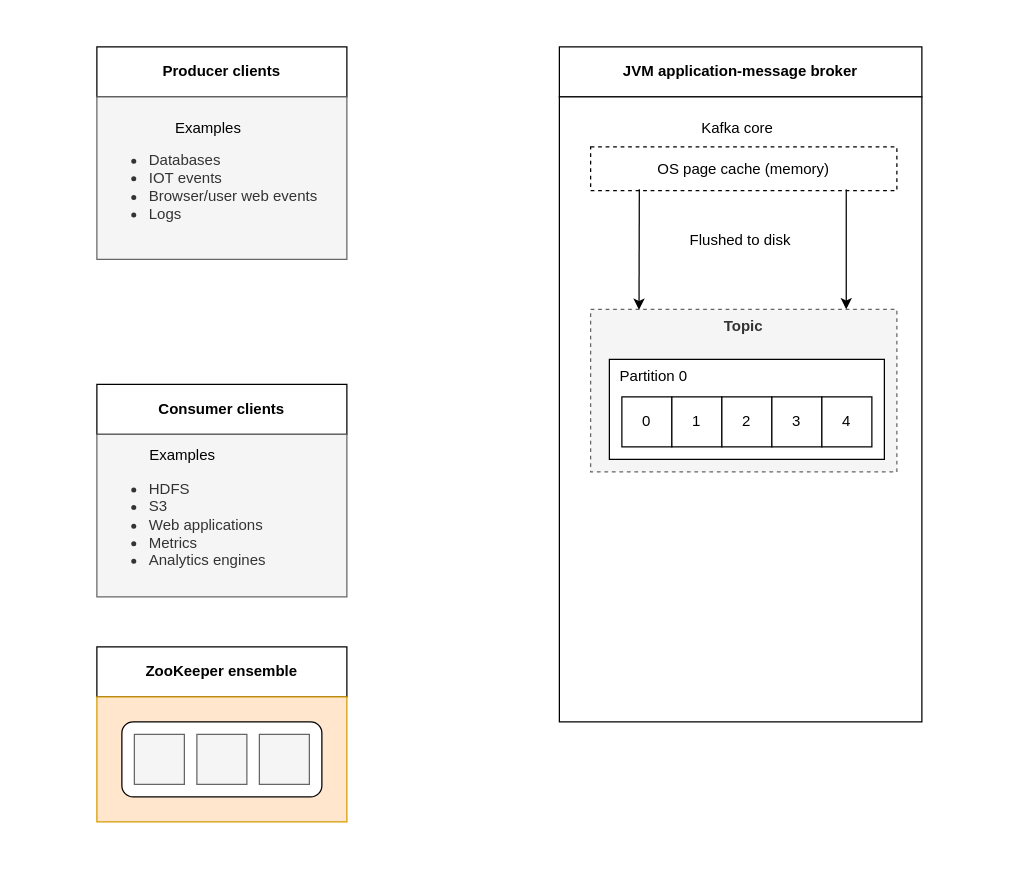
The draw.io diagram books/apache-kafka/apache-kafka.drawio in chavp/data-modeling, before the edit. Source tidied: cells renumbered, new cells numbered last; positions are measured from the earlier drawing's top-left corner, leaving out a move shared by most shapes. Both pictures are drawn from the tidied source at 125%, with x=0, y=0 at pixel (96, 46).
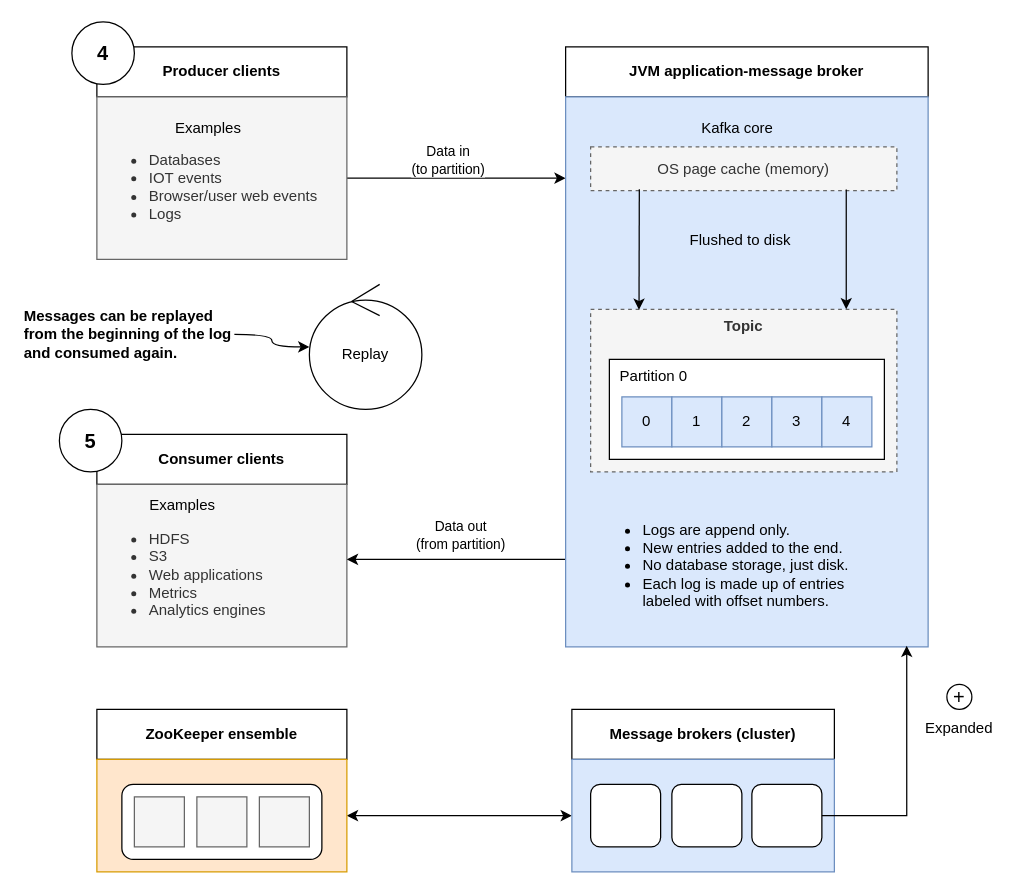
The same diagram, later.

Unchanged cells that the change refers to:
```xml
<mxCell id="3" value="&lt;div style=&quot;text-align: center;&quot;&gt;&lt;span style=&quot;background-color: transparent; color: light-dark(rgb(0, 0, 0), rgb(255, 255, 255));&quot;&gt;Examples&lt;/span&gt;&lt;/div&gt;&lt;div&gt;&lt;ul&gt;&lt;li&gt;Databases&lt;/li&gt;&lt;li&gt;IOT events&lt;/li&gt;&lt;li&gt;Browser/user web events&lt;/li&gt;&lt;li&gt;Logs&lt;/li&gt;&lt;/ul&gt;&lt;/div&gt;" style="rounded=0;whiteSpace=wrap;html=1;align=left;fillColor=#f5f5f5;fontColor=#333333;strokeColor=#666666;" parent="1" vertex="1">
  <mxGeometry y="40" width="200" height="130" as="geometry" />
</mxCell>
```

Change to the diagram source:
```diff
@@
+    <mxCell id="27" style="edgeStyle=orthogonalEdgeStyle;rounded=0;jettySize=auto;html=1;" parent="1" edge="1" source="3" target="14">
+      <mxGeometry relative="1" as="geometry">
+        <Array as="points">
+          <mxPoint x="310" y="105" />
+          <mxPoint x="310" y="105" />
+        </Array>
+      </mxGeometry>
+    </mxCell>
+    <mxCell id="28" value="Data in&lt;div&gt;(to partition)&lt;/div&gt;" style="edgeLabel;html=1;align=center;verticalAlign=middle;" parent="27" vertex="1">
+      <mxGeometry x="-0.17" y="-2" relative="1" as="geometry">
+        <mxPoint x="7" y="-17" as="offset" />
+      </mxGeometry>
+    </mxCell>
@@
     <mxCell id="4" value="Consumer clients" style="rounded=0;whiteSpace=wrap;html=1;fontStyle=1;" parent="1" vertex="1">
-      <mxGeometry y="270" width="200" height="40" as="geometry" />
+      <mxGeometry y="310" width="200" height="40" as="geometry" />
     </mxCell>
     <mxCell id="5" value="&lt;div style=&quot;text-align: center;&quot;&gt;&lt;span style=&quot;background-color: transparent; color: light-dark(rgb(0, 0, 0), rgb(255, 255, 255));&quot;&gt;Examples&lt;/span&gt;&lt;/div&gt;&lt;div&gt;&lt;ul&gt;&lt;li&gt;HDFS&lt;/li&gt;&lt;li&gt;S3&lt;/li&gt;&lt;li&gt;Web applications&lt;/li&gt;&lt;li&gt;Metrics&lt;/li&gt;&lt;li&gt;Analytics engines&lt;/li&gt;&lt;/ul&gt;&lt;/div&gt;" style="rounded=0;whiteSpace=wrap;html=1;align=left;fillColor=#f5f5f5;fontColor=#333333;strokeColor=#666666;" parent="1" vertex="1">
-      <mxGeometry y="310" width="200" height="130" as="geometry" />
+      <mxGeometry y="350" width="200" height="130" as="geometry" />
     </mxCell>
     <mxCell id="6" value="ZooKeeper ensemble" style="rounded=0;whiteSpace=wrap;html=1;fontStyle=1;" parent="1" vertex="1">
-      <mxGeometry y="480" width="200" height="40" as="geometry" />
+      <mxGeometry y="530" width="200" height="40" as="geometry" />
     </mxCell>
+    <mxCell id="29" style="edgeStyle=orthogonalEdgeStyle;rounded=0;jettySize=auto;html=1;startArrow=classic;startFill=1;" parent="1" edge="1" source="7" target="33">
+      <mxGeometry relative="1" as="geometry" />
+    </mxCell>
     <mxCell id="7" style="rounded=0;whiteSpace=wrap;html=1;fillColor=#ffe6cc;strokeColor=#d79b00;" parent="1" vertex="1">
-      <mxGeometry y="520" width="200" height="100" as="geometry" />
+      <mxGeometry y="570" width="200" height="90" as="geometry" />
     </mxCell>
     <mxCell id="8" style="group;" parent="1" vertex="1">
-      <mxGeometry x="20" y="540" width="160" height="60" as="geometry" />
+      <mxGeometry x="20" y="590" width="160" height="60" as="geometry" />
     </mxCell>
@@
     <mxCell id="13" value="&lt;b&gt;JVM application-message broker&lt;/b&gt;" style="rounded=0;whiteSpace=wrap;html=1;" parent="1" vertex="1">
-      <mxGeometry x="370" width="290" height="40" as="geometry" />
+      <mxGeometry x="375" width="290" height="40" as="geometry" />
     </mxCell>
+    <mxCell id="30" style="edgeStyle=orthogonalEdgeStyle;rounded=0;jettySize=auto;html=1;" parent="1" edge="1" source="14" target="5">
+      <mxGeometry relative="1" as="geometry">
+        <Array as="points">
+          <mxPoint x="280" y="410" />
+          <mxPoint x="280" y="410" />
+        </Array>
+      </mxGeometry>
+    </mxCell>
-    <mxCell id="14" style="rounded=0;whiteSpace=wrap;html=1;" parent="1" vertex="1">
-      <mxGeometry x="370" y="40" width="290" height="500" as="geometry" />
+    <mxCell id="14" style="rounded=0;whiteSpace=wrap;html=1;fillColor=#dae8fc;strokeColor=#6c8ebf;" parent="1" vertex="1">
+      <mxGeometry x="375" y="40" width="290" height="440" as="geometry" />
     </mxCell>
-    <mxCell id="15" value="OS page cache (memory)" style="rounded=0;whiteSpace=wrap;html=1;dashed=1;" parent="1" vertex="1">
+    <mxCell id="15" value="OS page cache (memory)" style="rounded=0;whiteSpace=wrap;html=1;dashed=1;fillColor=#f5f5f5;fontColor=#333333;strokeColor=#666666;" parent="1" vertex="1">
       <mxGeometry x="395" y="80" width="245" height="35" as="geometry" />
     </mxCell>
@@
-    <mxCell id="19" value="0" style="whiteSpace=wrap;html=1;" parent="1" vertex="1">
+    <mxCell id="19" value="0" style="whiteSpace=wrap;html=1;fillColor=#dae8fc;strokeColor=#6c8ebf;" parent="1" vertex="1">
       <mxGeometry x="420" y="280" width="40" height="40" as="geometry" />
     </mxCell>
-    <mxCell id="20" value="1" style="whiteSpace=wrap;html=1;" parent="1" vertex="1">
+    <mxCell id="20" value="1" style="whiteSpace=wrap;html=1;fillColor=#dae8fc;strokeColor=#6c8ebf;" parent="1" vertex="1">
       <mxGeometry x="460" y="280" width="40" height="40" as="geometry" />
     </mxCell>
-    <mxCell id="21" value="2" style="whiteSpace=wrap;html=1;" parent="1" vertex="1">
+    <mxCell id="21" value="2" style="whiteSpace=wrap;html=1;fillColor=#dae8fc;strokeColor=#6c8ebf;" parent="1" vertex="1">
       <mxGeometry x="500" y="280" width="40" height="40" as="geometry" />
     </mxCell>
-    <mxCell id="22" value="3" style="whiteSpace=wrap;html=1;" parent="1" vertex="1">
+    <mxCell id="22" value="3" style="whiteSpace=wrap;html=1;fillColor=#dae8fc;strokeColor=#6c8ebf;" parent="1" vertex="1">
       <mxGeometry x="540" y="280" width="40" height="40" as="geometry" />
     </mxCell>
-    <mxCell id="23" value="4" style="whiteSpace=wrap;html=1;" parent="1" vertex="1">
+    <mxCell id="23" value="4" style="whiteSpace=wrap;html=1;fillColor=#dae8fc;strokeColor=#6c8ebf;" parent="1" vertex="1">
       <mxGeometry x="580" y="280" width="40" height="40" as="geometry" />
     </mxCell>
@@
+    <mxCell id="31" value="&lt;ul&gt;&lt;li&gt;Logs are append only.&lt;/li&gt;&lt;li&gt;New entries added to the end.&lt;/li&gt;&lt;li&gt;No database storage, just disk.&lt;/li&gt;&lt;li&gt;Each log is made up of entries labeled with offset numbers.&lt;/li&gt;&lt;/ul&gt;" style="rounded=0;whiteSpace=wrap;html=1;align=left;fillColor=none;strokeColor=none;" parent="1" vertex="1">
+      <mxGeometry x="395" y="350" width="240" height="130" as="geometry" />
+    </mxCell>
+    <mxCell id="32" value="Message brokers (cluster)" style="rounded=0;whiteSpace=wrap;html=1;fontStyle=1;" parent="1" vertex="1">
+      <mxGeometry x="380" y="530" width="210" height="40" as="geometry" />
+    </mxCell>
+    <mxCell id="33" style="rounded=0;whiteSpace=wrap;html=1;fillColor=#dae8fc;strokeColor=#6c8ebf;" parent="1" vertex="1">
+      <mxGeometry x="380" y="570" width="210" height="90" as="geometry" />
+    </mxCell>
+    <mxCell id="34" style="rounded=1;whiteSpace=wrap;html=1;" parent="1" vertex="1">
+      <mxGeometry x="395" y="590" width="56" height="50" as="geometry" />
+    </mxCell>
+    <mxCell id="35" style="rounded=1;whiteSpace=wrap;html=1;" parent="1" vertex="1">
+      <mxGeometry x="460" y="590" width="56" height="50" as="geometry" />
+    </mxCell>
+    <mxCell id="36" style="rounded=1;whiteSpace=wrap;html=1;" parent="1" vertex="1">
+      <mxGeometry x="524" y="590" width="56" height="50" as="geometry" />
+    </mxCell>
+    <mxCell id="37" style="edgeStyle=orthogonalEdgeStyle;rounded=0;jettySize=auto;html=1;exitX=1;exitY=0.5;exitDx=0;exitDy=0;entryX=0.941;entryY=0.998;entryDx=0;entryDy=0;entryPerimeter=0;" parent="1" edge="1" source="36" target="14">
+      <mxGeometry relative="1" as="geometry">
+        <Array as="points">
+          <mxPoint x="648" y="615" />
+        </Array>
+      </mxGeometry>
+    </mxCell>
+    <mxCell id="38" value="Replay" style="ellipse;shape=umlControl;whiteSpace=wrap;html=1;" parent="1" vertex="1">
+      <mxGeometry x="170" y="190" width="90" height="100" as="geometry" />
+    </mxCell>
+    <mxCell id="39" value="Data out&lt;div&gt;(from partition)&lt;/div&gt;" style="edgeLabel;html=1;align=center;verticalAlign=middle;" parent="1" vertex="1">
+      <mxGeometry x="290" y="390" as="geometry" />
+    </mxCell>
+    <mxCell id="40" style="edgeStyle=orthogonalEdgeStyle;rounded=0;jettySize=auto;html=1;curved=1;" parent="1" edge="1" source="41" target="38">
+      <mxGeometry relative="1" as="geometry" />
+    </mxCell>
+    <mxCell id="41" value="Messages can be replayed from the beginning of the log and consumed again." style="text;html=1;align=left;verticalAlign=middle;whiteSpace=wrap;rounded=0;fontStyle=1;" parent="1" vertex="1">
+      <mxGeometry x="-60" y="190" width="170" height="80" as="geometry" />
+    </mxCell>
+    <mxCell id="42" value="4" style="ellipse;whiteSpace=wrap;html=1;fontStyle=1;fontSize=16;" parent="1" vertex="1">
+      <mxGeometry x="-20" y="-20" width="50" height="50" as="geometry" />
+    </mxCell>
+    <mxCell id="43" value="5" style="ellipse;whiteSpace=wrap;html=1;fontStyle=1;fontSize=16;" parent="1" vertex="1">
+      <mxGeometry x="-30" y="290" width="50" height="50" as="geometry" />
+    </mxCell>
+    <mxCell id="44" value="&lt;font&gt;+&lt;/font&gt;" style="ellipse;whiteSpace=wrap;html=1;fontSize=16;" parent="1" vertex="1">
+      <mxGeometry x="680" y="510" width="20" height="20" as="geometry" />
+    </mxCell>
+    <mxCell id="45" value="Expanded" style="text;html=1;align=center;verticalAlign=middle;whiteSpace=wrap;rounded=0;" parent="1" vertex="1">
+      <mxGeometry x="660" y="530" width="60" height="30" as="geometry" />
+    </mxCell>
```
